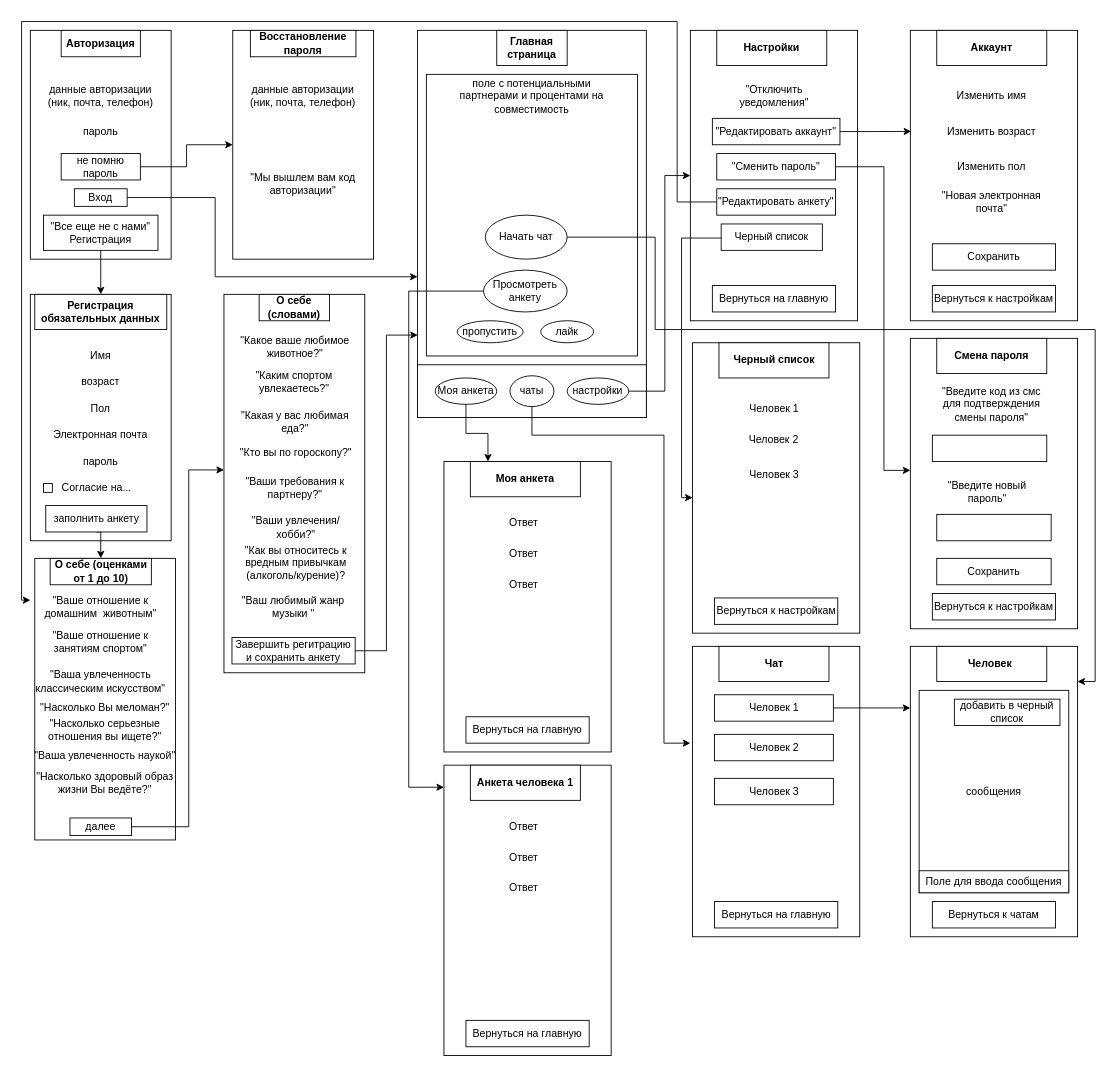
OskarGaliullin231-329/tinder-analog keeps this draw.io diagram as Копия Карта приложения.drawio. Above is the earlier version. Source tidied: cells renumbered, new cells numbered last; positions are measured from the earlier drawing's top-left corner, leaving out a move shared by most shapes. Both pictures are drawn from the tidied source at 88%, with x=0, y=0 at pixel (21, 21).
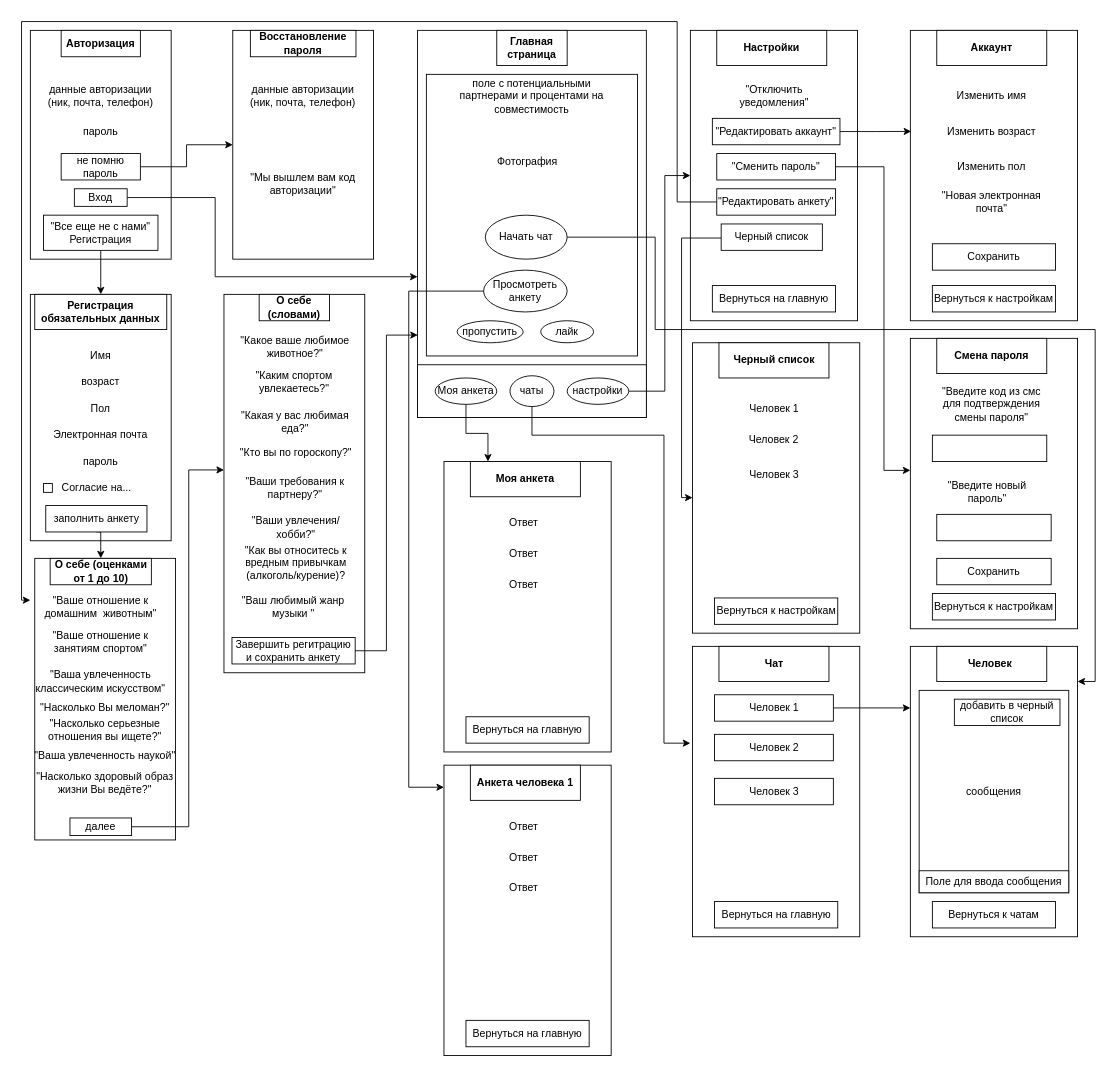
Above is the later version.

Diff of the diagram source:
```diff
@@
+    <mxCell id="126" value="Фотография" style="rounded=0;whiteSpace=wrap;html=1;strokeColor=#FFFFFF;" parent="1" vertex="1">
+      <mxGeometry x="515" y="130" width="120" height="60" as="geometry" />
+    </mxCell>
```
